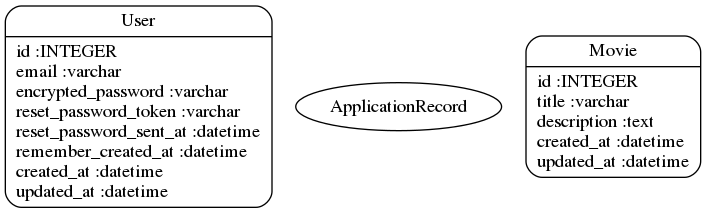
This is models.png from MykolaSubota/Discussion-of-movies, a Graphviz export, as it was before one commit. Its source is kept beside it as models.dot.
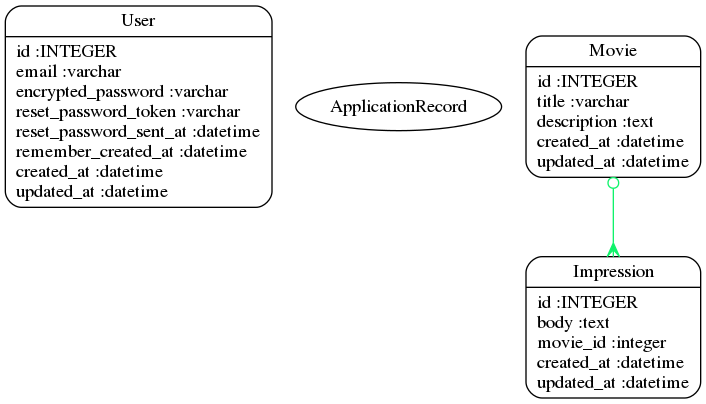
After the commit.

Change to the diagram source:
```diff
@@ -3,4 +3,6 @@
 	"User" [shape=Mrecord, label="{User|id :INTEGER\lemail :varchar\lencrypted_password :varchar\lreset_password_token :varchar\lreset_password_sent_at :datetime\lremember_created_at :datetime\lcreated_at :datetime\lupdated_at :datetime\l}"]
 	"ApplicationRecord" []
 	"Movie" [shape=Mrecord, label="{Movie|id :INTEGER\ltitle :varchar\ldescription :text\lcreated_at :datetime\lupdated_at :datetime\l}"]
+	"Impression" [shape=Mrecord, label="{Impression|id :INTEGER\lbody :text\lmovie_id :integer\lcreated_at :datetime\lupdated_at :datetime\l}"]
+	"Movie" -> "Impression" [arrowtail=odot, arrowhead=crow, dir=both color="#10F36B"]
 }
```
